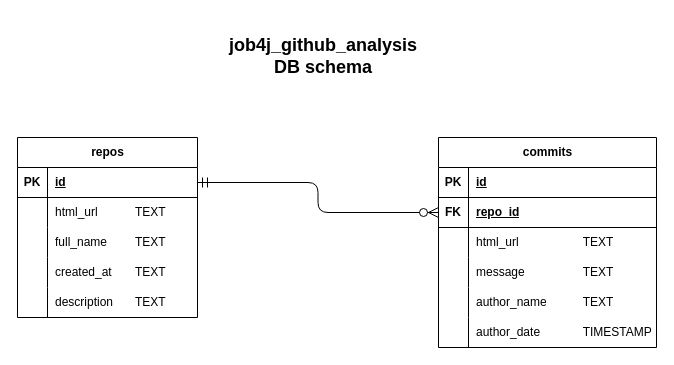
Earlier version of the draw.io diagram src/main/resources/db/github_analysis diagram.drawio (MikhailChrn/job4j_github_analysis). Source tidied: cells renumbered, new cells numbered last; positions are measured from the earlier drawing's top-left corner, leaving out a move shared by most shapes. Both pictures are drawn from the tidied source at 100%, with x=0, y=0 at pixel (17, 17).
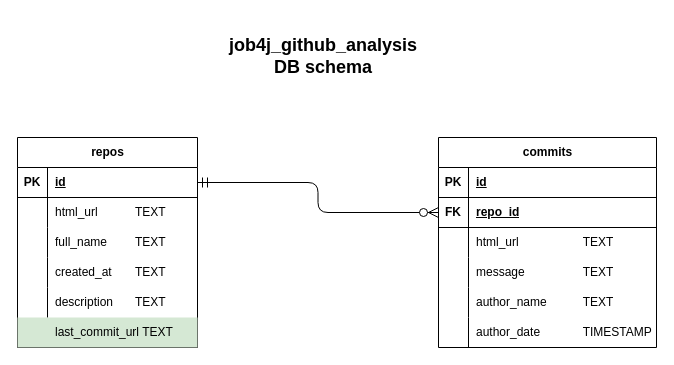
After the change.

Diff of the diagram source:
```diff
@@
     <mxCell id="3" value="repos" style="shape=table;startSize=30;childLayout=tableLayout;rowLines=0;fontStyle=1;align=center;html=1;" parent="1" vertex="1">
-      <mxGeometry y="120" width="180" height="180" as="geometry" />
+      <mxGeometry y="120" width="180" height="210" as="geometry" />
     </mxCell>
@@
+    <mxCell id="39" style="shape=tableRow;horizontal=0;startSize=0;swimlaneHead=0;swimlaneBody=0;fillColor=#d5e8d4;top=0;left=0;right=0;bottom=0;strokeColor=#82b366;" parent="3" vertex="1">
+      <mxGeometry y="180" width="180" height="30" as="geometry" />
+    </mxCell>
+    <mxCell id="40" style="shape=partialRectangle;fillColor=none;top=0;left=0;bottom=0;right=0;overflow=hidden;whiteSpace=wrap;html=1;" parent="39" vertex="1">
+      <mxGeometry width="30" height="30" as="geometry" />
+    </mxCell>
+    <mxCell id="41" value="last_commit_url TEXT" style="shape=partialRectangle;fillColor=none;top=0;left=0;bottom=0;right=0;align=left;spacingLeft=6;overflow=hidden;whiteSpace=wrap;html=1;" parent="39" vertex="1">
+      <mxGeometry x="30" width="150" height="30" as="geometry" />
+    </mxCell>
```
